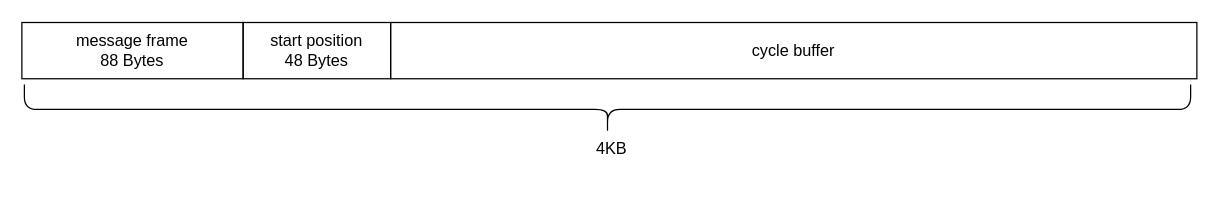
Earlier version of the draw.io diagram schematic/05-sw-IPC-overview.drawio (petrkucerak/diplom-thesis). Source tidied: cells renumbered, new cells numbered last; positions are measured from the earlier drawing's top-left corner, leaving out a move shared by most shapes. Both pictures are drawn from the tidied source at 125%, with x=0, y=0 at pixel (21, -475).
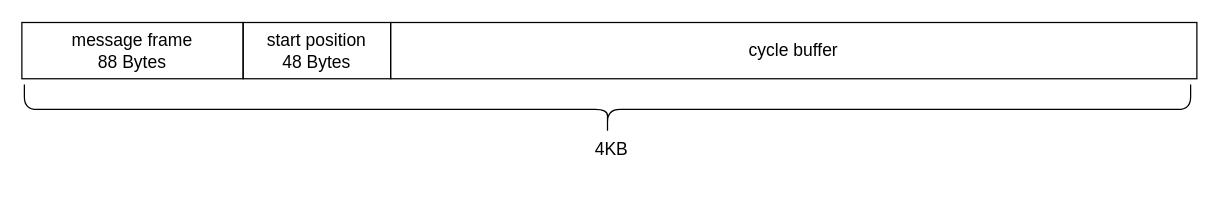
The same diagram, later.

Diff of the diagram source:
```diff
@@
 <mxGraphModel>
   <root>
     <mxCell id="0" />
     <mxCell id="1" parent="0" />
-    <mxCell id="2" value="message frame&lt;div&gt;88 Bytes&lt;/div&gt;" style="text;html=1;align=center;verticalAlign=middle;whiteSpace=wrap;rounded=0;strokeColor=default;fontSize=13;" parent="1" vertex="1">
+    <mxCell id="2" value="message frame&lt;div&gt;88 Bytes&lt;/div&gt;" style="text;html=1;align=center;verticalAlign=middle;whiteSpace=wrap;rounded=0;strokeColor=default;fontSize=14;" parent="1" vertex="1">
       <mxGeometry y="397.5" width="177" height="45" as="geometry" />
     </mxCell>
-    <mxCell id="3" value="cycle buffer" style="text;html=1;align=center;verticalAlign=middle;whiteSpace=wrap;rounded=0;strokeColor=default;fontSize=13;" parent="1" vertex="1">
+    <mxCell id="3" value="cycle buffer" style="text;html=1;align=center;verticalAlign=middle;whiteSpace=wrap;rounded=0;strokeColor=default;fontSize=14;" parent="1" vertex="1">
       <mxGeometry x="295" y="397.5" width="645" height="45" as="geometry" />
     </mxCell>
-    <mxCell id="4" value="&lt;span style=&quot;color: rgb(0, 0, 0);&quot;&gt;start position&lt;/span&gt;&lt;div&gt;48 Bytes&lt;/div&gt;" style="text;html=1;align=center;verticalAlign=middle;whiteSpace=wrap;rounded=0;strokeColor=default;fontSize=13;" parent="1" vertex="1">
+    <mxCell id="4" value="&lt;span style=&quot;color: rgb(0, 0, 0);&quot;&gt;start position&lt;/span&gt;&lt;div&gt;48 Bytes&lt;/div&gt;" style="text;html=1;align=center;verticalAlign=middle;whiteSpace=wrap;rounded=0;strokeColor=default;fontSize=14;" parent="1" vertex="1">
       <mxGeometry x="177" y="397.5" width="118" height="45" as="geometry" />
     </mxCell>
-    <mxCell id="5" style="shape=curlyBracket;whiteSpace=wrap;html=1;rounded=1;flipH=1;labelPosition=right;verticalLabelPosition=middle;align=left;verticalAlign=middle;rotation=90;fontSize=13;" parent="1" vertex="1">
+    <mxCell id="5" style="shape=curlyBracket;whiteSpace=wrap;html=1;rounded=1;flipH=1;labelPosition=right;verticalLabelPosition=middle;align=left;verticalAlign=middle;rotation=90;fontSize=14;" parent="1" vertex="1">
       <mxGeometry x="448.5" y="0.5" width="40" height="933" as="geometry" />
     </mxCell>
-    <mxCell id="6" value="&lt;span style=&quot;color: rgb(0, 0, 0); font-family: Helvetica; font-style: normal; font-variant-ligatures: normal; font-variant-caps: normal; font-weight: 400; letter-spacing: normal; orphans: 2; text-indent: 0px; text-transform: none; widows: 2; word-spacing: 0px; -webkit-text-stroke-width: 0px; white-space: normal; background-color: rgb(255, 255, 255); text-decoration-thickness: initial; text-decoration-style: initial; text-decoration-color: initial; float: none; display: inline !important;&quot;&gt;4KB&lt;/span&gt;" style="text;whiteSpace=wrap;html=1;align=center;fontSize=13;" parent="1" vertex="1">
+    <mxCell id="6" value="&lt;span style=&quot;color: rgb(0, 0, 0); font-family: Helvetica; font-style: normal; font-variant-ligatures: normal; font-variant-caps: normal; font-weight: 400; letter-spacing: normal; orphans: 2; text-indent: 0px; text-transform: none; widows: 2; word-spacing: 0px; -webkit-text-stroke-width: 0px; white-space: normal; background-color: rgb(255, 255, 255); text-decoration-thickness: initial; text-decoration-style: initial; text-decoration-color: initial; float: none; display: inline !important;&quot;&gt;4KB&lt;/span&gt;" style="text;whiteSpace=wrap;html=1;align=center;fontSize=14;" parent="1" vertex="1">
       <mxGeometry x="425" y="484" width="94" height="38" as="geometry" />
     </mxCell>
   </root>
 </mxGraphModel>
```
